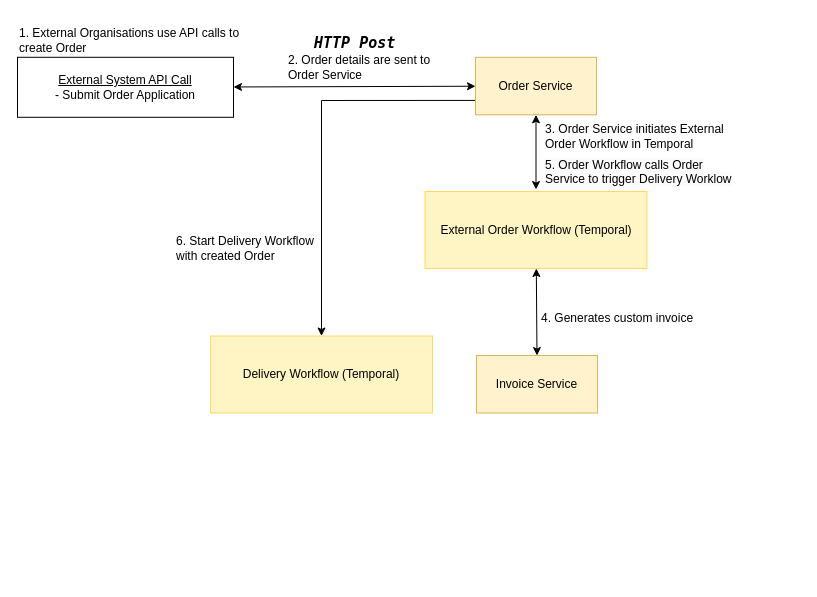
This is diagrams/Scenario2.drawio from darkliyznyanlin910/esd-2425T2, a draw.io file, before an edit. Source tidied: cells renumbered, new cells numbered last; positions are measured from the earlier drawing's top-left corner, leaving out a move shared by most shapes. Both pictures are drawn from the tidied source at 100%, with x=0, y=0 at pixel (17, 25).
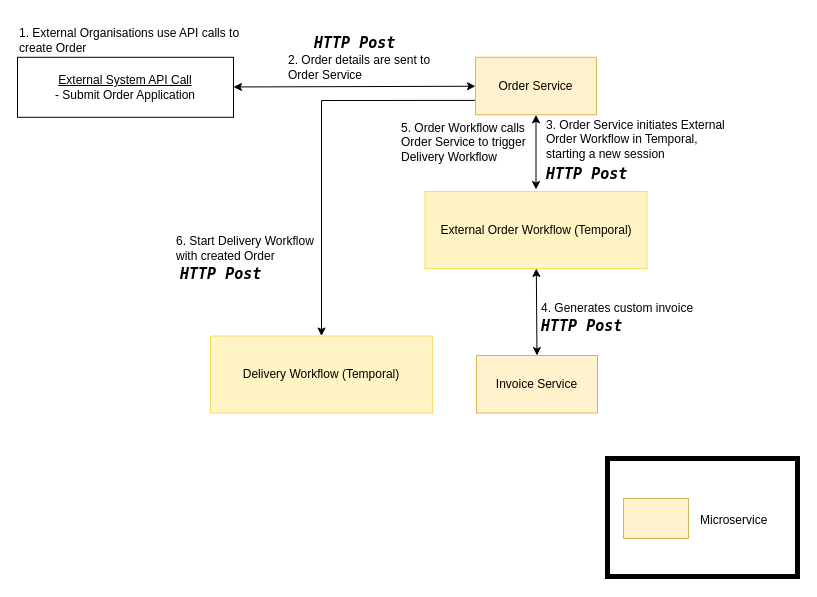
After the change.

Commit message (it also covers changes not shown here):
updated all scenarios with HTTP requests

The edit, as a diff of the source:
```diff
@@
-    <mxCell id="12" value="3. Order Service initiates External Order Workflow in Temporal" style="text;html=1;align=left;verticalAlign=middle;whiteSpace=wrap;rounded=0;" parent="1" vertex="1">
-      <mxGeometry x="526" y="96" width="195" height="30" as="geometry" />
+    <mxCell id="12" value="3. Order Service initiates External Order Workflow in Temporal, starting a new session" style="text;html=1;align=left;verticalAlign=middle;whiteSpace=wrap;rounded=0;" parent="1" vertex="1">
+      <mxGeometry x="527" y="99" width="195" height="30" as="geometry" />
     </mxCell>
     <mxCell id="13" value="4. Generates custom invoice" style="text;html=1;align=left;verticalAlign=middle;whiteSpace=wrap;rounded=0;" parent="1" vertex="1">
-      <mxGeometry x="522" y="278" width="166" height="30" as="geometry" />
+      <mxGeometry x="522" y="268" width="166" height="30" as="geometry" />
     </mxCell>
@@
-    <mxCell id="16" value="&lt;span style=&quot;color: rgb(0, 0, 0); font-family: Helvetica; font-size: 12px; font-style: normal; font-variant-ligatures: normal; font-variant-caps: normal; font-weight: 400; letter-spacing: normal; orphans: 2; text-indent: 0px; text-transform: none; widows: 2; word-spacing: 0px; -webkit-text-stroke-width: 0px; white-space: normal; background-color: rgb(251, 251, 251); text-decoration-thickness: initial; text-decoration-style: initial; text-decoration-color: initial; float: none; display: inline !important;&quot;&gt;5. Order Workflow calls Order Service to trigger Delivery Worklow&lt;/span&gt;" style="text;whiteSpace=wrap;html=1;align=left;" parent="1" vertex="1">
-      <mxGeometry x="526" y="126" width="198" height="36" as="geometry" />
+    <mxCell id="16" value="&lt;span style=&quot;color: rgb(0, 0, 0); font-family: Helvetica; font-size: 12px; font-style: normal; font-variant-ligatures: normal; font-variant-caps: normal; font-weight: 400; letter-spacing: normal; orphans: 2; text-indent: 0px; text-transform: none; widows: 2; word-spacing: 0px; -webkit-text-stroke-width: 0px; white-space: normal; background-color: rgb(251, 251, 251); text-decoration-thickness: initial; text-decoration-style: initial; text-decoration-color: initial; float: none; display: inline !important;&quot;&gt;5. Order Workflow calls Order Service to trigger Delivery Workflow&lt;/span&gt;" style="text;whiteSpace=wrap;html=1;align=left;" parent="1" vertex="1">
+      <mxGeometry x="382" y="89.2" width="158" height="36" as="geometry" />
     </mxCell>
@@
+    <mxCell id="18" value="&lt;h5&gt;&lt;font style=&quot;font-size: 15px;&quot; face=&quot;Lucida Console&quot;&gt;&lt;i&gt;HTTP Post&lt;/i&gt;&lt;/font&gt;&lt;/h5&gt;" style="text;html=1;align=left;verticalAlign=middle;whiteSpace=wrap;rounded=0;" parent="1" vertex="1">
+      <mxGeometry x="527" y="133" width="100" height="30" as="geometry" />
+    </mxCell>
+    <mxCell id="19" value="&lt;h5&gt;&lt;font style=&quot;font-size: 15px;&quot; face=&quot;Lucida Console&quot;&gt;&lt;i&gt;HTTP Post&lt;/i&gt;&lt;/font&gt;&lt;/h5&gt;" style="text;html=1;align=left;verticalAlign=middle;whiteSpace=wrap;rounded=0;" parent="1" vertex="1">
+      <mxGeometry x="522" y="285" width="100" height="30" as="geometry" />
+    </mxCell>
+    <mxCell id="20" value="&lt;h5&gt;&lt;font style=&quot;font-size: 15px;&quot; face=&quot;Lucida Console&quot;&gt;&lt;i&gt;HTTP Post&lt;/i&gt;&lt;/font&gt;&lt;/h5&gt;" style="text;html=1;align=left;verticalAlign=middle;whiteSpace=wrap;rounded=0;" parent="1" vertex="1">
+      <mxGeometry x="161" y="233" width="100" height="30" as="geometry" />
+    </mxCell>
+    <mxCell id="21" style="rounded=0;whiteSpace=wrap;html=1;strokeWidth=5;perimeterSpacing=6;" parent="1" vertex="1">
+      <mxGeometry x="590" y="433" width="190" height="118" as="geometry" />
+    </mxCell>
+    <mxCell id="22" style="rounded=0;whiteSpace=wrap;html=1;fillColor=#fff2cc;strokeColor=#d6b656;" parent="1" vertex="1">
+      <mxGeometry x="606" y="473" width="65" height="40" as="geometry" />
+    </mxCell>
+    <mxCell id="23" value="Microservice" style="text;whiteSpace=wrap;align=left;fontColor=#000000;labelBackgroundColor=none;" parent="1" vertex="1">
+      <mxGeometry x="680.5" y="480.8" width="73" height="24.5" as="geometry" />
+    </mxCell>
```
